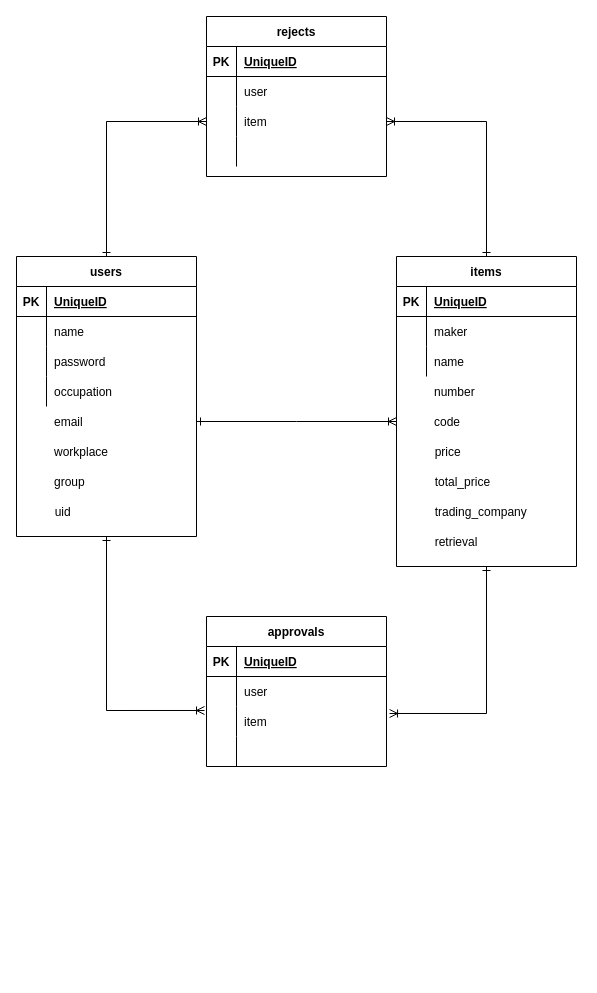
This is ER.dio from d-cho623/ponyosky, a draw.io file, before an edit. Source tidied: cells renumbered, new cells numbered last; positions are measured from the earlier drawing's top-left corner, leaving out a move shared by most shapes. Both pictures are drawn from the tidied source at 100%, with x=0, y=0 at pixel (16, 16).
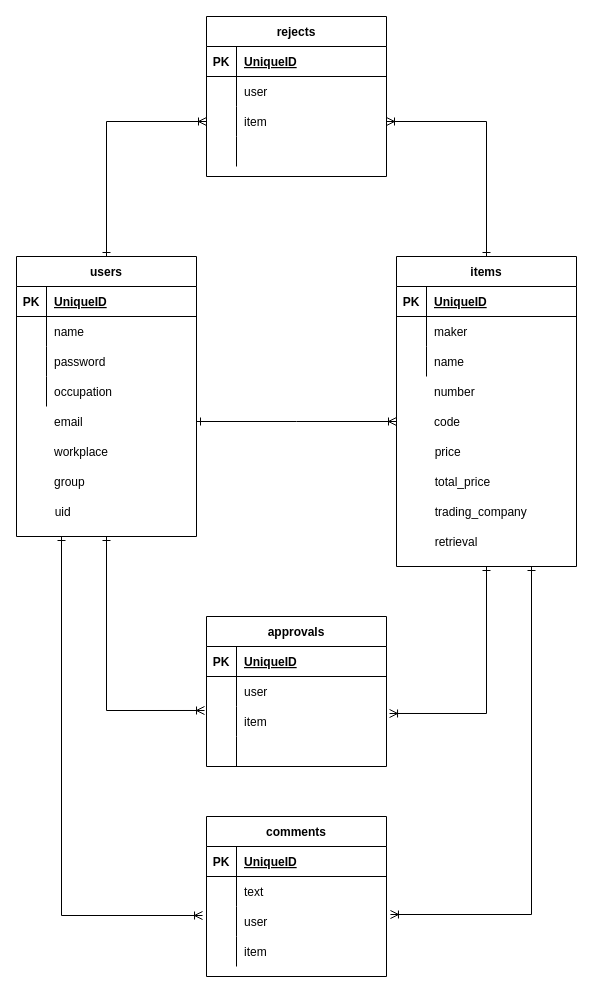
After the change.

Unchanged cells that the change refers to:
```xml
<mxCell id="4" value="items" style="shape=table;startSize=30;childLayout=tableLayout;rowLines=0;fontStyle=1;align=center;" parent="1" vertex="1">
  <mxGeometry x="380" y="240" width="180" height="310" as="geometry" />
</mxCell>
<mxCell id="16" value="users" style="shape=table;startSize=30;childLayout=tableLayout;rowLines=0;fontStyle=1;align=center;" parent="1" vertex="1">
  <mxGeometry y="240" width="180" height="280" as="geometry" />
</mxCell>
```

Change to the diagram source:
```diff
@@
+    <mxCell id="86" style="edgeStyle=orthogonalEdgeStyle;rounded=0;jettySize=auto;html=1;exitX=0.75;exitY=1;exitDx=0;exitDy=0;entryX=1.022;entryY=0.267;entryDx=0;entryDy=0;entryPerimeter=0;startArrow=ERone;startFill=0;endArrow=ERoneToMany;endFill=0;" parent="1" edge="1" source="4" target="95">
+      <mxGeometry relative="1" as="geometry" />
+    </mxCell>
@@
+    <mxCell id="87" style="edgeStyle=orthogonalEdgeStyle;rounded=0;jettySize=auto;html=1;exitX=0.25;exitY=1;exitDx=0;exitDy=0;entryX=-0.022;entryY=0.3;entryDx=0;entryDy=0;entryPerimeter=0;endArrow=ERoneToMany;endFill=0;startArrow=ERone;startFill=0;" parent="1" edge="1" source="16" target="95">
+      <mxGeometry relative="1" as="geometry" />
+    </mxCell>
@@
+    <mxCell id="88" value="comments" style="shape=table;startSize=30;childLayout=tableLayout;rowLines=0;fontStyle=1;align=center;" parent="1" vertex="1">
+      <mxGeometry x="190" y="800" width="180" height="160" as="geometry" />
+    </mxCell>
+    <mxCell id="89" style="shape=partialRectangle;fillColor=none;top=0;left=0;bottom=1;right=0;" parent="88" vertex="1">
+      <mxGeometry y="30" width="180" height="30" as="geometry" />
+    </mxCell>
+    <mxCell id="90" value="PK" style="shape=partialRectangle;fillColor=none;top=0;left=0;bottom=0;right=0;fontStyle=1;overflow=hidden;" parent="89" vertex="1">
+      <mxGeometry width="30" height="30" as="geometry" />
+    </mxCell>
+    <mxCell id="91" value="UniqueID" style="shape=partialRectangle;fillColor=none;top=0;left=0;bottom=0;right=0;align=left;spacingLeft=6;fontStyle=5;overflow=hidden;" parent="89" vertex="1">
+      <mxGeometry x="30" width="150" height="30" as="geometry" />
+    </mxCell>
+    <mxCell id="92" style="shape=partialRectangle;fillColor=none;top=0;left=0;bottom=0;right=0;" parent="88" vertex="1">
+      <mxGeometry y="60" width="180" height="30" as="geometry" />
+    </mxCell>
+    <mxCell id="93" style="shape=partialRectangle;fillColor=none;top=0;left=0;bottom=0;right=0;overflow=hidden;" parent="92" vertex="1">
+      <mxGeometry width="30" height="30" as="geometry" />
+    </mxCell>
+    <mxCell id="94" value="text" style="shape=partialRectangle;fillColor=none;top=0;left=0;bottom=0;right=0;align=left;spacingLeft=6;overflow=hidden;" parent="92" vertex="1">
+      <mxGeometry x="30" width="150" height="30" as="geometry" />
+    </mxCell>
+    <mxCell id="95" style="shape=partialRectangle;fillColor=none;top=0;left=0;bottom=0;right=0;points=[[0,0.5],[1,0.5]];portConstraint=eastwest;" parent="88" vertex="1">
+      <mxGeometry y="90" width="180" height="30" as="geometry" />
+    </mxCell>
+    <mxCell id="96" style="shape=partialRectangle;fillColor=none;top=0;left=0;bottom=0;right=0;overflow=hidden;" parent="95" vertex="1">
+      <mxGeometry width="30" height="30" as="geometry" />
+    </mxCell>
+    <mxCell id="97" value="user" style="shape=partialRectangle;fillColor=none;top=0;left=0;bottom=0;right=0;align=left;spacingLeft=6;overflow=hidden;" parent="95" vertex="1">
+      <mxGeometry x="30" width="150" height="30" as="geometry" />
+    </mxCell>
+    <mxCell id="98" style="shape=partialRectangle;fillColor=none;top=0;left=0;bottom=0;right=0;" parent="88" vertex="1">
+      <mxGeometry y="120" width="180" height="30" as="geometry" />
+    </mxCell>
+    <mxCell id="99" style="shape=partialRectangle;fillColor=none;top=0;left=0;bottom=0;right=0;overflow=hidden;" parent="98" vertex="1">
+      <mxGeometry width="30" height="30" as="geometry" />
+    </mxCell>
+    <mxCell id="100" value="item" style="shape=partialRectangle;fillColor=none;top=0;left=0;bottom=0;right=0;align=left;spacingLeft=6;overflow=hidden;" parent="98" vertex="1">
+      <mxGeometry x="30" width="150" height="30" as="geometry" />
+    </mxCell>
```
